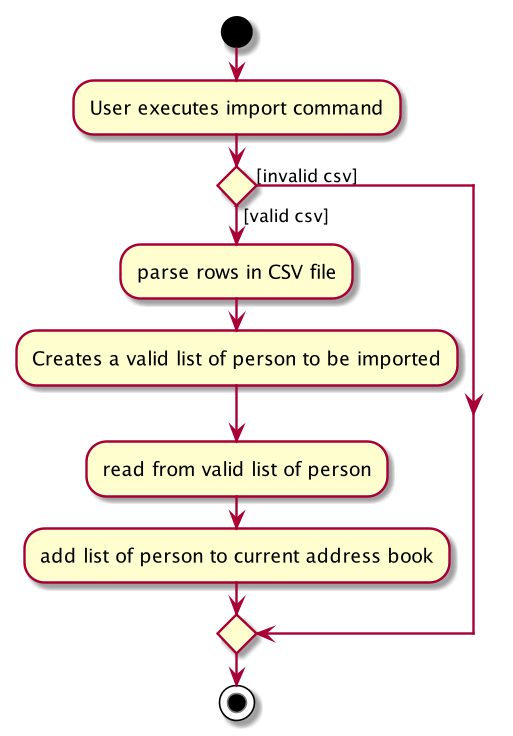
This is docs/images/ImportFileActivityDiagram.png from terencemah/main, a PlantUML export, as it was before one commit. Its diagram source:
```plantuml
@startuml
start
:User executes import command;

if () then ([valid csv])
    :parse rows in CSV file;
    :Creates a valid list of person to be imported;
    :read from valid list of person;
    :add list of person to current address book;
else ([invalid csv])
endif
stop
@enduml
```
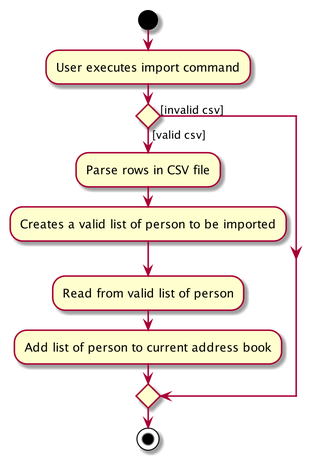
The same diagram one commit later.

The edit, as a diff of the source:
```diff
@@ -3,10 +3,10 @@
 :User executes import command;
 
 if () then ([valid csv])
-    :parse rows in CSV file;
+    :Parse rows in CSV file;
     :Creates a valid list of person to be imported;
-    :read from valid list of person;
-    :add list of person to current address book;
+    :Read from valid list of person;
+    :Add list of person to current address book;
 else ([invalid csv])
 endif
 stop
```
